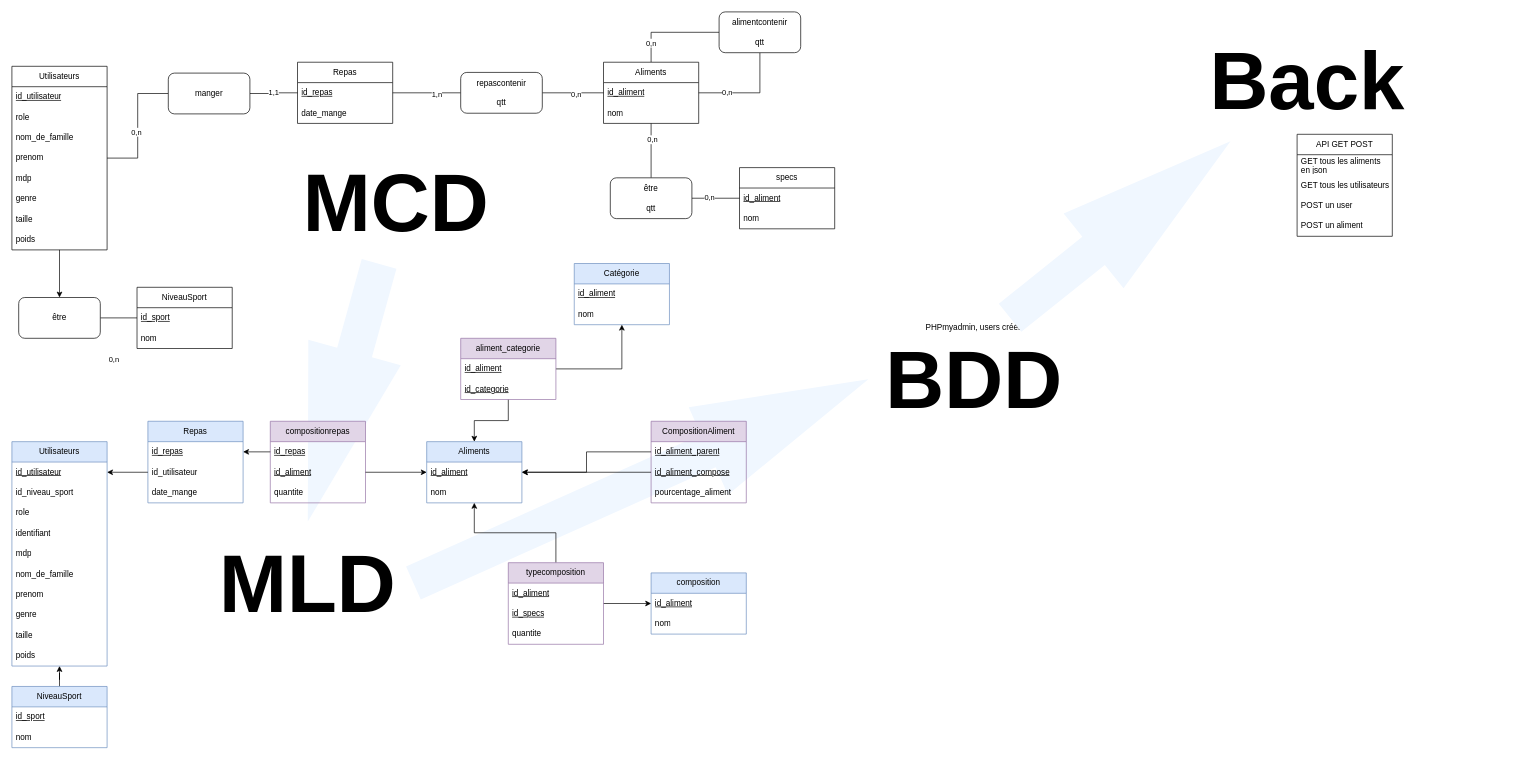
This is Projet/IDAW_Projet-Food_Tracker.drawio from Eliot-Shaw/idaw, a draw.io file, before an edit. Source tidied: cells renumbered, new cells numbered last; positions are measured from the earlier drawing's top-left corner, leaving out a move shared by most shapes. Both pictures are drawn from the tidied source at 68%, with x=0, y=0 at pixel (12, 12).
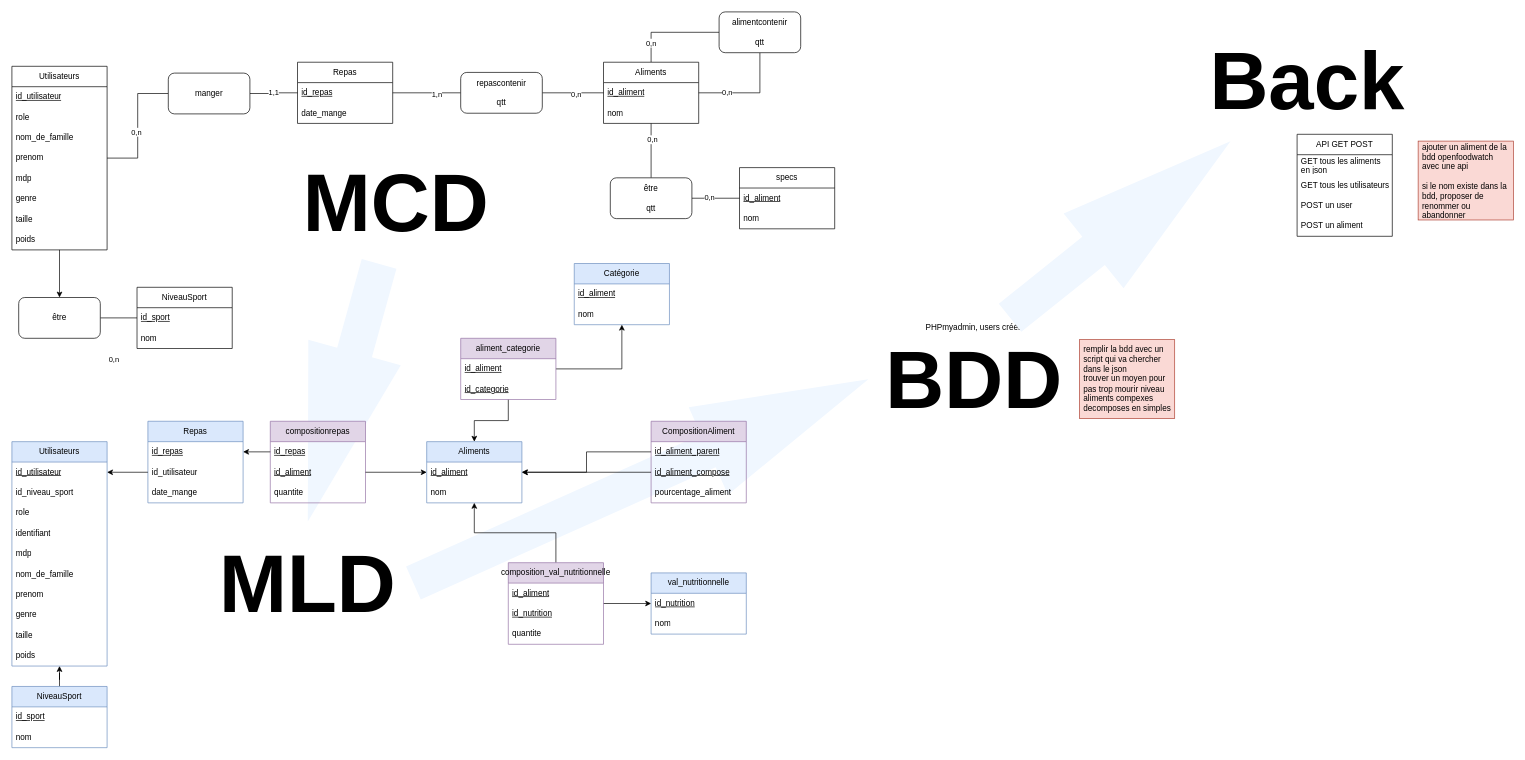
The same diagram, later.

Commit message (it also covers changes not shown here):
bdd remplie de mock data

Diff of the diagram source:
```diff
@@
-    <mxCell id="86" value="composition" style="swimlane;fontStyle=0;horizontal=1;startSize=30;whiteSpace=wrap;html=1;fillColor=#dae8fc;strokeColor=#6c8ebf;" parent="1" vertex="1">
+    <mxCell id="86" value="val_nutritionnelle" style="swimlane;fontStyle=0;horizontal=1;startSize=30;whiteSpace=wrap;html=1;fillColor=#dae8fc;strokeColor=#6c8ebf;" parent="1" vertex="1">
       <mxGeometry x="940" y="825" width="140" height="90" as="geometry" />
     </mxCell>
-    <mxCell id="87" value="id_aliment" style="text;strokeColor=none;fillColor=none;align=left;verticalAlign=middle;spacingLeft=4;spacingRight=4;overflow=hidden;whiteSpace=wrap;html=1;fontStyle=4;" parent="86" vertex="1">
+    <mxCell id="87" value="id_nutrition" style="text;strokeColor=none;fillColor=none;align=left;verticalAlign=middle;spacingLeft=4;spacingRight=4;overflow=hidden;whiteSpace=wrap;html=1;fontStyle=4;" parent="86" vertex="1">
       <mxGeometry y="30" width="140" height="30" as="geometry" />
     </mxCell>
@@
-    <mxCell id="91" value="typecomposition" style="swimlane;fontStyle=0;horizontal=1;startSize=30;whiteSpace=wrap;html=1;fillColor=#e1d5e7;strokeColor=#9673a6;" parent="1" vertex="1">
+    <mxCell id="91" value="composition_val_nutritionnelle" style="swimlane;fontStyle=0;horizontal=1;startSize=30;whiteSpace=wrap;html=1;fillColor=#e1d5e7;strokeColor=#9673a6;" parent="1" vertex="1">
       <mxGeometry x="730" y="810" width="140" height="120" as="geometry" />
     </mxCell>
@@
-    <mxCell id="93" value="id_specs" style="text;strokeColor=none;fillColor=none;align=left;verticalAlign=middle;spacingLeft=4;spacingRight=4;overflow=hidden;whiteSpace=wrap;html=1;fontStyle=4;" parent="91" vertex="1">
+    <mxCell id="93" value="id_nutrition" style="text;strokeColor=none;fillColor=none;align=left;verticalAlign=middle;spacingLeft=4;spacingRight=4;overflow=hidden;whiteSpace=wrap;html=1;fontStyle=4;" parent="91" vertex="1">
       <mxGeometry y="60" width="140" height="30" as="geometry" />
     </mxCell>
@@
+    <mxCell id="112" value="ajouter un aliment de la bdd openfoodwatch avec une api&lt;br&gt;&lt;br&gt;si le nom existe dans la bdd, proposer de renommer ou abandonner" style="text;strokeColor=#ae4132;fillColor=#fad9d5;align=left;verticalAlign=middle;spacingLeft=4;spacingRight=4;overflow=hidden;whiteSpace=wrap;html=1;" parent="1" vertex="1">
+      <mxGeometry x="2068" y="190" width="140" height="116" as="geometry" />
+    </mxCell>
+    <mxCell id="113" value="remplir la bdd avec un script qui va chercher dans le json&lt;br&gt;trouver un moyen pour pas trop mourir niveau aliments compexes decomposes en simples" style="text;strokeColor=#ae4132;fillColor=#fad9d5;align=left;verticalAlign=middle;spacingLeft=4;spacingRight=4;overflow=hidden;whiteSpace=wrap;html=1;" parent="1" vertex="1">
+      <mxGeometry x="1570" y="482" width="140" height="116" as="geometry" />
+    </mxCell>
```
